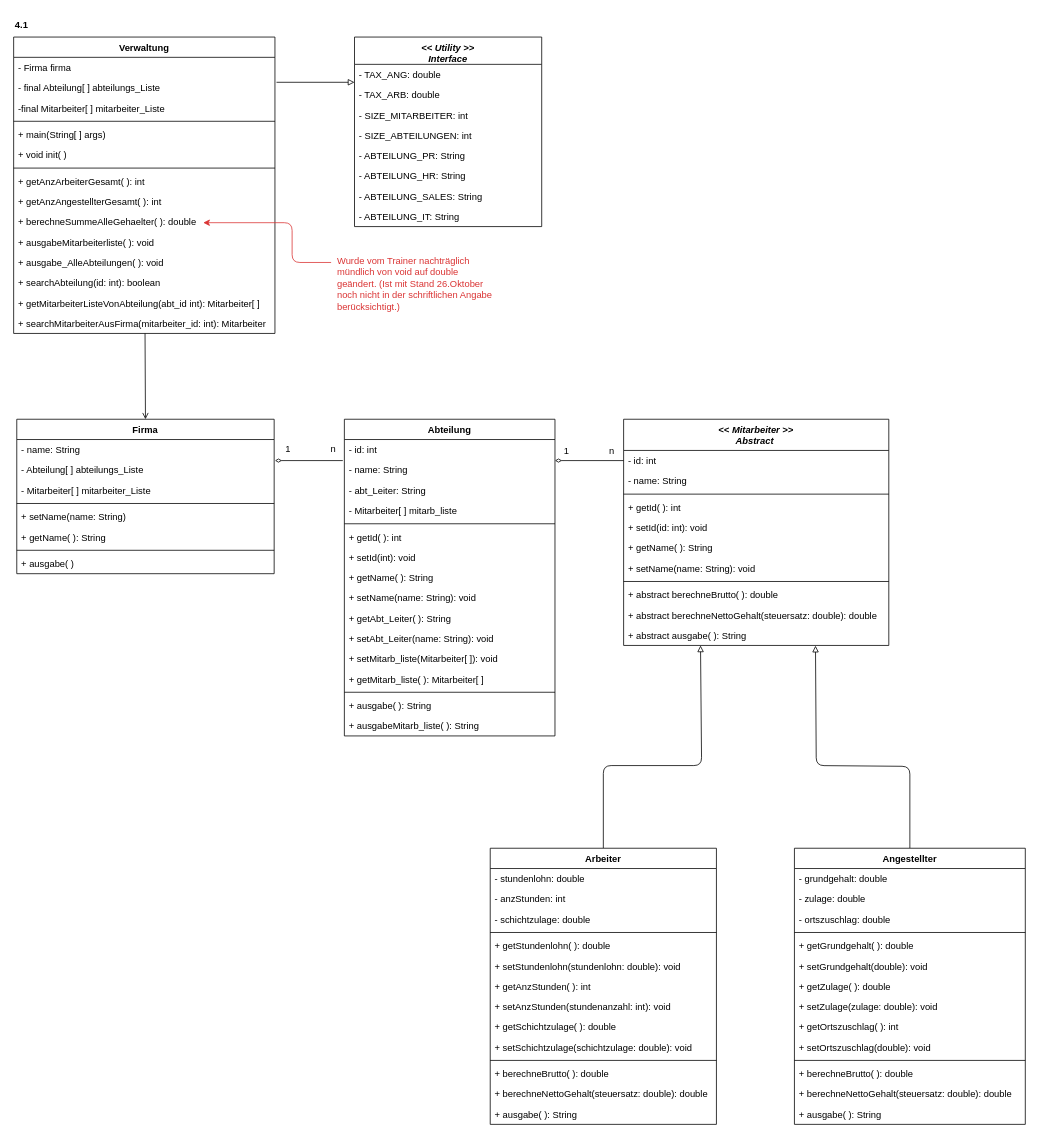
Earlier version of the draw.io diagram FirmaV4_1_ClassDiagram.drawio (mbalabanov/ClassDiagramFirmaV4_1). Source tidied: cells renumbered, new cells numbered last; positions are measured from the earlier drawing's top-left corner, leaving out a move shared by most shapes. Both pictures are drawn from the tidied source at 78%, with x=0, y=0 at pixel (13, 13).
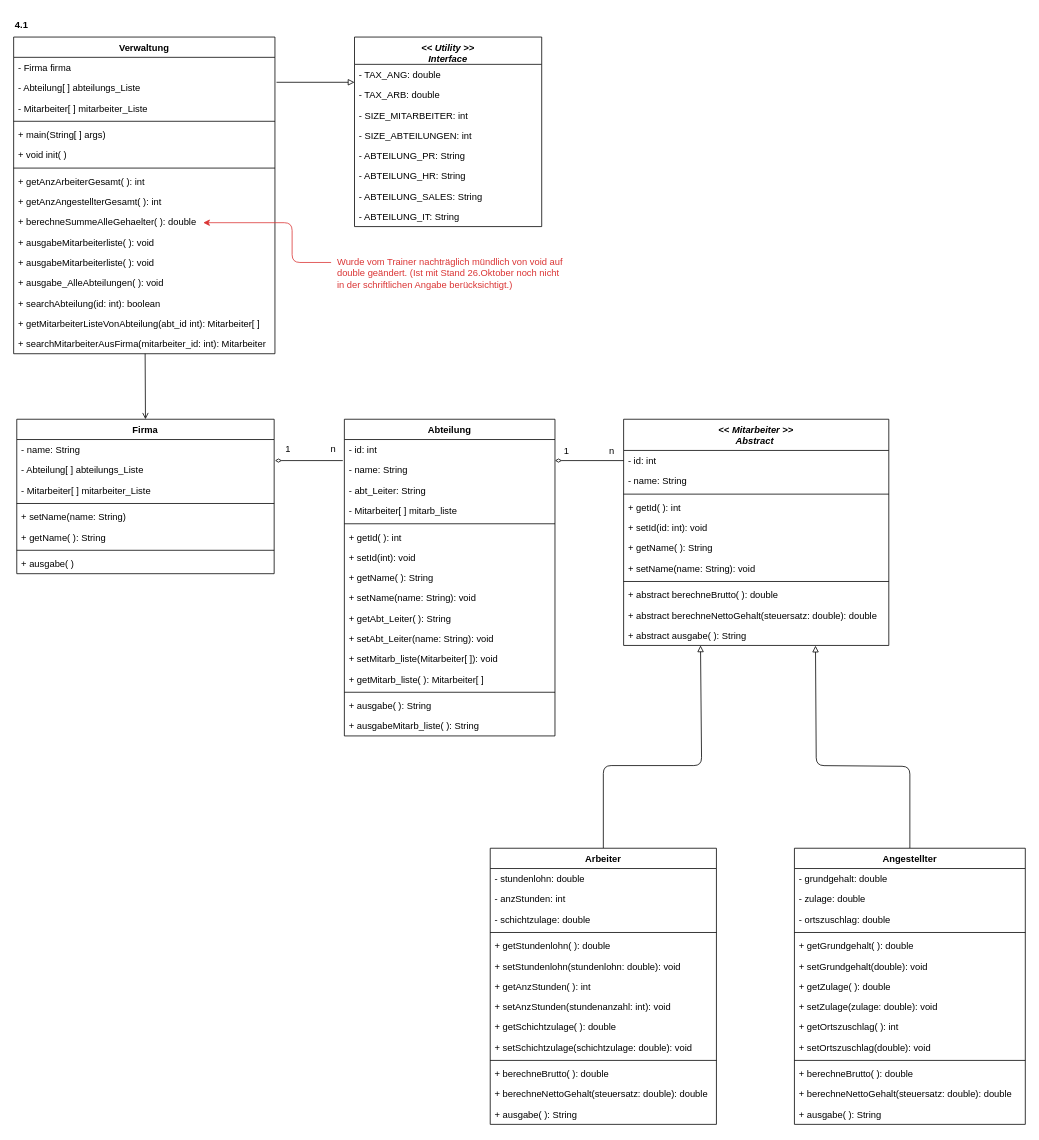
The same page after the edit.

Commit message (it also covers changes not shown here):
Updates Class Diagrams

Diff of the diagram source:
```diff
@@
     <mxCell id="47" value="Verwaltung" style="swimlane;fontStyle=1;align=center;verticalAlign=top;horizontal=1;startSize=26;" parent="1" vertex="1">
-      <mxGeometry y="30" width="335" height="380" as="geometry" />
+      <mxGeometry y="30" width="335" height="406" as="geometry" />
     </mxCell>
@@
-    <mxCell id="49" value="- final Abteilung[ ] abteilungs_Liste" style="text;strokeColor=none;fillColor=none;align=left;verticalAlign=top;spacingLeft=4;spacingRight=4;overflow=hidden;" parent="47" vertex="1">
+    <mxCell id="49" value="- Abteilung[ ] abteilungs_Liste" style="text;strokeColor=none;fillColor=none;align=left;verticalAlign=top;spacingLeft=4;spacingRight=4;overflow=hidden;" parent="47" vertex="1">
       <mxGeometry y="52" width="335" height="26" as="geometry" />
     </mxCell>
-    <mxCell id="50" value="-final Mitarbeiter[ ] mitarbeiter_Liste" style="text;strokeColor=none;fillColor=none;align=left;verticalAlign=top;spacingLeft=4;spacingRight=4;overflow=hidden;" parent="47" vertex="1">
+    <mxCell id="50" value="- Mitarbeiter[ ] mitarbeiter_Liste" style="text;strokeColor=none;fillColor=none;align=left;verticalAlign=top;spacingLeft=4;spacingRight=4;overflow=hidden;" parent="47" vertex="1">
       <mxGeometry y="78" width="335" height="26" as="geometry" />
     </mxCell>
@@
+    <mxCell id="108" value="+ ausgabeMitarbeiterliste( ): void" style="text;strokeColor=none;fillColor=none;align=left;verticalAlign=top;spacingLeft=4;spacingRight=4;overflow=hidden;" parent="47" vertex="1">
+      <mxGeometry y="276" width="335" height="26" as="geometry" />
+    </mxCell>
     <mxCell id="60" value="+ ausgabe_AlleAbteilungen( ): void" style="text;strokeColor=none;fillColor=none;align=left;verticalAlign=top;spacingLeft=4;spacingRight=4;overflow=hidden;" parent="47" vertex="1">
-      <mxGeometry y="276" width="335" height="26" as="geometry" />
+      <mxGeometry y="302" width="335" height="26" as="geometry" />
     </mxCell>
     <mxCell id="61" value="+ searchAbteilung(id: int): boolean" style="text;strokeColor=none;fillColor=none;align=left;verticalAlign=top;spacingLeft=4;spacingRight=4;overflow=hidden;" parent="47" vertex="1">
-      <mxGeometry y="302" width="335" height="26" as="geometry" />
+      <mxGeometry y="328" width="335" height="26" as="geometry" />
     </mxCell>
     <mxCell id="62" value="+ getMitarbeiterListeVonAbteilung(abt_id int): Mitarbeiter[ ]" style="text;strokeColor=none;fillColor=none;align=left;verticalAlign=top;spacingLeft=4;spacingRight=4;overflow=hidden;" parent="47" vertex="1">
-      <mxGeometry y="328" width="335" height="26" as="geometry" />
+      <mxGeometry y="354" width="335" height="26" as="geometry" />
     </mxCell>
     <mxCell id="63" value="+ searchMitarbeiterAusFirma(mitarbeiter_id: int): Mitarbeiter" style="text;strokeColor=none;fillColor=none;align=left;verticalAlign=top;spacingLeft=4;spacingRight=4;overflow=hidden;" parent="47" vertex="1">
-      <mxGeometry y="354" width="335" height="26" as="geometry" />
+      <mxGeometry y="380" width="335" height="26" as="geometry" />
     </mxCell>
@@
     <mxCell id="107" value="Wurde vom Trainer nachträglich mündlich von void auf double geändert. (Ist mit Stand 26.Oktober noch nicht in der schriftlichen Angabe berücksichtigt.)" style="text;html=1;strokeColor=none;fillColor=none;align=left;verticalAlign=top;whiteSpace=wrap;rounded=0;fontColor=#DA3434;" parent="1" vertex="1">
-      <mxGeometry x="413" y="304" width="210" height="90" as="geometry" />
+      <mxGeometry x="413" y="305" width="294" height="65" as="geometry" />
     </mxCell>
```
